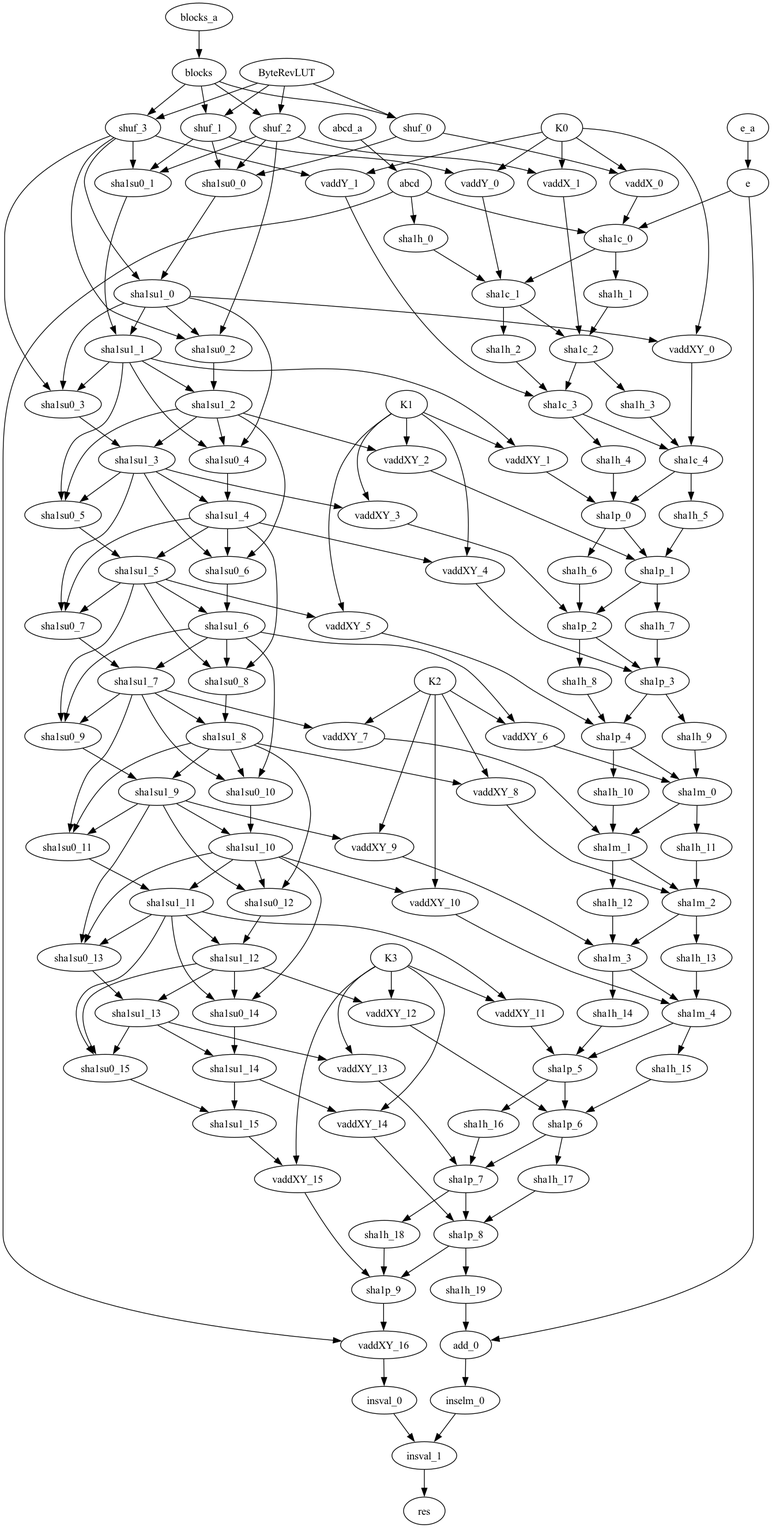
Earlier version of the Graphviz export sha1-compress-one-hand-dag.dot.png (jevinskie/AArch64-SHA-Crypto-Extensions). Its source is kept beside it as sha1-compress-one-hand-dag.dot.
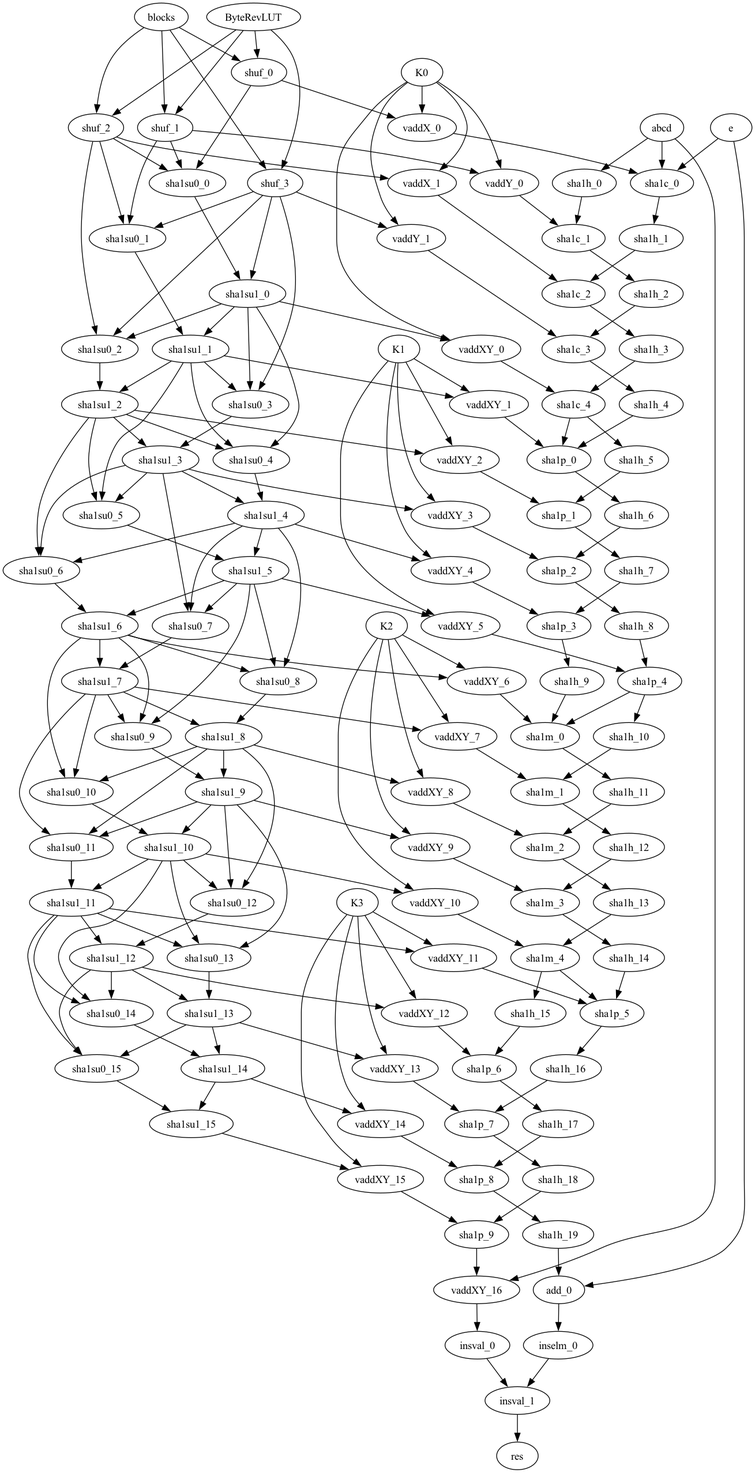
Above is the later version.

Change to the diagram source:
```diff
@@ -1,12 +1,10 @@
 strict digraph "" {
-	abcd_a -> abcd;
+	graph [outputorder=edgesfirst];
 	abcd -> sha1h_0;
 	abcd -> sha1c_0;
 	abcd -> vaddXY_16;
-	e_a -> e;
 	e -> sha1c_0;
 	e -> add_0;
-	blocks_a -> blocks;
 	blocks -> shuf_0;
 	blocks -> shuf_1;
 	blocks -> shuf_2;
@@ -30,20 +28,34 @@
 	shuf_3 -> sha1su0_2;
 	shuf_3 -> sha1su0_3;
 	vaddX_0 -> sha1c_0;
+	vaddX_0 -> vaddX_1	[opnum=-1,
+		style=invis];
 	K0 -> vaddX_0;
 	K0 -> vaddY_0;
 	K0 -> vaddX_1;
 	K0 -> vaddY_1;
 	K0 -> vaddXY_0;
 	vaddY_0 -> sha1c_1;
+	vaddY_0 -> vaddY_1	[opnum=-1,
+		style=invis];
+	sha1h_0 -> sha1h_1	[opnum=-1,
+		style=invis];
 	sha1h_0 -> sha1c_1;
 	sha1c_0 -> sha1h_1;
-	sha1c_0 -> sha1c_1;
+	sha1c_0 -> sha1c_1	[opnum=-1,
+		style=invis];
 	vaddX_1 -> sha1c_2;
 	sha1su0_0 -> sha1su1_0;
+	sha1su0_0 -> sha1su0_1	[opnum=-1,
+		style=invis];
+	sha1su0_0 -> sha1su1_1	[opnum=-1,
+		style=invis];
+	sha1h_1 -> sha1h_2	[opnum=-1,
+		style=invis];
 	sha1h_1 -> sha1c_2;
 	sha1c_1 -> sha1h_2;
-	sha1c_1 -> sha1c_2;
+	sha1c_1 -> sha1c_2	[opnum=-1,
+		style=invis];
 	vaddY_1 -> sha1c_3;
 	sha1su1_0 -> vaddXY_0;
 	sha1su1_0 -> sha1su1_1;
@@ -51,9 +63,18 @@
 	sha1su1_0 -> sha1su0_3;
 	sha1su1_0 -> sha1su0_4;
 	sha1su0_1 -> sha1su1_1;
+	sha1su0_1 -> sha1su0_2	[opnum=-1,
+		style=invis];
+	sha1su0_1 -> sha1su1_2	[opnum=-1,
+		style=invis];
+	sha1h_2 -> sha1h_3	[opnum=-1,
+		style=invis];
 	sha1h_2 -> sha1c_3;
 	sha1c_2 -> sha1h_3;
-	sha1c_2 -> sha1c_3;
+	sha1c_2 -> sha1c_3	[opnum=-1,
+		style=invis];
+	vaddXY_0 -> vaddXY_1	[opnum=-1,
+		style=invis];
 	vaddXY_0 -> sha1c_4;
 	sha1su1_1 -> vaddXY_1;
 	sha1su1_1 -> sha1su1_2;
@@ -61,9 +82,18 @@
 	sha1su1_1 -> sha1su0_4;
 	sha1su1_1 -> sha1su0_5;
 	sha1su0_2 -> sha1su1_2;
+	sha1su0_2 -> sha1su0_3	[opnum=-1,
+		style=invis];
+	sha1su0_2 -> sha1su1_3	[opnum=-1,
+		style=invis];
+	sha1h_3 -> sha1h_4	[opnum=-1,
+		style=invis];
 	sha1h_3 -> sha1c_4;
 	sha1c_3 -> sha1h_4;
-	sha1c_3 -> sha1c_4;
+	sha1c_3 -> sha1c_4	[opnum=-1,
+		style=invis];
+	vaddXY_1 -> vaddXY_2	[opnum=-1,
+		style=invis];
 	vaddXY_1 -> sha1p_0;
 	K1 -> vaddXY_1;
 	K1 -> vaddXY_2;
@@ -76,9 +106,17 @@
 	sha1su1_2 -> sha1su0_5;
 	sha1su1_2 -> sha1su0_6;
 	sha1su0_3 -> sha1su1_3;
+	sha1su0_3 -> sha1su0_4	[opnum=-1,
+		style=invis];
+	sha1su0_3 -> sha1su1_4	[opnum=-1,
+		style=invis];
+	sha1h_4 -> sha1h_5	[opnum=-1,
+		style=invis];
 	sha1h_4 -> sha1p_0;
 	sha1c_4 -> sha1h_5;
 	sha1c_4 -> sha1p_0;
+	vaddXY_2 -> vaddXY_3	[opnum=-1,
+		style=invis];
 	vaddXY_2 -> sha1p_1;
 	sha1su1_3 -> vaddXY_3;
 	sha1su1_3 -> sha1su1_4;
@@ -86,9 +124,18 @@
 	sha1su1_3 -> sha1su0_6;
 	sha1su1_3 -> sha1su0_7;
 	sha1su0_4 -> sha1su1_4;
+	sha1su0_4 -> sha1su0_5	[opnum=-1,
+		style=invis];
+	sha1su0_4 -> sha1su1_5	[opnum=-1,
+		style=invis];
+	sha1h_5 -> sha1h_6	[opnum=-1,
+		style=invis];
 	sha1h_5 -> sha1p_1;
 	sha1p_0 -> sha1h_6;
-	sha1p_0 -> sha1p_1;
+	sha1p_0 -> sha1p_1	[opnum=-1,
+		style=invis];
+	vaddXY_3 -> vaddXY_4	[opnum=-1,
+		style=invis];
 	vaddXY_3 -> sha1p_2;
 	sha1su1_4 -> vaddXY_4;
 	sha1su1_4 -> sha1su1_5;
@@ -96,9 +143,18 @@
 	sha1su1_4 -> sha1su0_7;
 	sha1su1_4 -> sha1su0_8;
 	sha1su0_5 -> sha1su1_5;
+	sha1su0_5 -> sha1su0_6	[opnum=-1,
+		style=invis];
+	sha1su0_5 -> sha1su1_6	[opnum=-1,
+		style=invis];
+	sha1h_6 -> sha1h_7	[opnum=-1,
+		style=invis];
 	sha1h_6 -> sha1p_2;
 	sha1p_1 -> sha1h_7;
-	sha1p_1 -> sha1p_2;
+	sha1p_1 -> sha1p_2	[opnum=-1,
+		style=invis];
+	vaddXY_4 -> vaddXY_5	[opnum=-1,
+		style=invis];
 	vaddXY_4 -> sha1p_3;
 	sha1su1_5 -> vaddXY_5;
 	sha1su1_5 -> sha1su1_6;
@@ -106,9 +162,18 @@
 	sha1su1_5 -> sha1su0_8;
 	sha1su1_5 -> sha1su0_9;
 	sha1su0_6 -> sha1su1_6;
+	sha1su0_6 -> sha1su0_7	[opnum=-1,
+		style=invis];
+	sha1su0_6 -> sha1su1_7	[opnum=-1,
+		style=invis];
+	sha1h_7 -> sha1h_8	[opnum=-1,
+		style=invis];
 	sha1h_7 -> sha1p_3;
 	sha1p_2 -> sha1h_8;
-	sha1p_2 -> sha1p_3;
+	sha1p_2 -> sha1p_3	[opnum=-1,
+		style=invis];
+	vaddXY_5 -> vaddXY_6	[opnum=-1,
+		style=invis];
 	vaddXY_5 -> sha1p_4;
 	sha1su1_6 -> vaddXY_6;
 	sha1su1_6 -> sha1su1_7;
@@ -116,9 +181,18 @@
 	sha1su1_6 -> sha1su0_9;
 	sha1su1_6 -> sha1su0_10;
 	sha1su0_7 -> sha1su1_7;
+	sha1su0_7 -> sha1su0_8	[opnum=-1,
+		style=invis];
+	sha1su0_7 -> sha1su1_8	[opnum=-1,
+		style=invis];
+	sha1h_8 -> sha1h_9	[opnum=-1,
+		style=invis];
 	sha1h_8 -> sha1p_4;
 	sha1p_3 -> sha1h_9;
-	sha1p_3 -> sha1p_4;
+	sha1p_3 -> sha1p_4	[opnum=-1,
+		style=invis];
+	vaddXY_6 -> vaddXY_7	[opnum=-1,
+		style=invis];
 	vaddXY_6 -> sha1m_0;
 	K2 -> vaddXY_6;
 	K2 -> vaddXY_7;
@@ -131,9 +205,19 @@
 	sha1su1_7 -> sha1su0_10;
 	sha1su1_7 -> sha1su0_11;
 	sha1su0_8 -> sha1su1_8;
+	sha1su0_8 -> sha1su0_9	[opnum=-1,
+		style=invis];
+	sha1su0_8 -> sha1su1_9	[opnum=-1,
+		style=invis];
+	sha1h_9 -> sha1h_10	[opnum=-1,
+		style=invis];
 	sha1h_9 -> sha1m_0;
 	sha1p_4 -> sha1h_10;
 	sha1p_4 -> sha1m_0;
+	sha1p_4 -> sha1p_5	[opnum=-1,
+		style=invis];
+	vaddXY_7 -> vaddXY_8	[opnum=-1,
+		style=invis];
 	vaddXY_7 -> sha1m_1;
 	sha1su1_8 -> vaddXY_8;
 	sha1su1_8 -> sha1su1_9;
@@ -141,9 +225,18 @@
 	sha1su1_8 -> sha1su0_11;
 	sha1su1_8 -> sha1su0_12;
 	sha1su0_9 -> sha1su1_9;
+	sha1su0_9 -> sha1su0_10	[opnum=-1,
+		style=invis];
+	sha1su0_9 -> sha1su1_10	[opnum=-1,
+		style=invis];
+	sha1h_10 -> sha1h_11	[opnum=-1,
+		style=invis];
 	sha1h_10 -> sha1m_1;
 	sha1m_0 -> sha1h_11;
-	sha1m_0 -> sha1m_1;
+	sha1m_0 -> sha1m_1	[opnum=-1,
+		style=invis];
+	vaddXY_8 -> vaddXY_9	[opnum=-1,
+		style=invis];
 	vaddXY_8 -> sha1m_2;
 	sha1su1_9 -> vaddXY_9;
 	sha1su1_9 -> sha1su1_10;
@@ -151,9 +244,18 @@
 	sha1su1_9 -> sha1su0_12;
 	sha1su1_9 -> sha1su0_13;
 	sha1su0_10 -> sha1su1_10;
+	sha1su0_10 -> sha1su0_11	[opnum=-1,
+		style=invis];
+	sha1su0_10 -> sha1su1_11	[opnum=-1,
+		style=invis];
+	sha1h_11 -> sha1h_12	[opnum=-1,
+		style=invis];
 	sha1h_11 -> sha1m_2;
 	sha1m_1 -> sha1h_12;
-	sha1m_1 -> sha1m_2;
+	sha1m_1 -> sha1m_2	[opnum=-1,
+		style=invis];
+	vaddXY_9 -> vaddXY_10	[opnum=-1,
+		style=invis];
 	vaddXY_9 -> sha1m_3;
 	sha1su1_10 -> vaddXY_10;
 	sha1su1_10 -> sha1su1_11;
@@ -161,9 +263,18 @@
 	sha1su1_10 -> sha1su0_13;
 	sha1su1_10 -> sha1su0_14;
 	sha1su0_11 -> sha1su1_11;
+	sha1su0_11 -> sha1su0_12	[opnum=-1,
+		style=invis];
+	sha1su0_11 -> sha1su1_12	[opnum=-1,
+		style=invis];
+	sha1h_12 -> sha1h_13	[opnum=-1,
+		style=invis];
 	sha1h_12 -> sha1m_3;
 	sha1m_2 -> sha1h_13;
-	sha1m_2 -> sha1m_3;
+	sha1m_2 -> sha1m_3	[opnum=-1,
+		style=invis];
+	vaddXY_10 -> vaddXY_11	[opnum=-1,
+		style=invis];
 	vaddXY_10 -> sha1m_4;
 	sha1su1_11 -> vaddXY_11;
 	sha1su1_11 -> sha1su1_12;
@@ -171,9 +282,18 @@
 	sha1su1_11 -> sha1su0_14;
 	sha1su1_11 -> sha1su0_15;
 	sha1su0_12 -> sha1su1_12;
+	sha1su0_12 -> sha1su0_13	[opnum=-1,
+		style=invis];
+	sha1su0_12 -> sha1su1_13	[opnum=-1,
+		style=invis];
+	sha1h_13 -> sha1h_14	[opnum=-1,
+		style=invis];
 	sha1h_13 -> sha1m_4;
 	sha1m_3 -> sha1h_14;
-	sha1m_3 -> sha1m_4;
+	sha1m_3 -> sha1m_4	[opnum=-1,
+		style=invis];
+	vaddXY_11 -> vaddXY_12	[opnum=-1,
+		style=invis];
 	vaddXY_11 -> sha1p_5;
 	K3 -> vaddXY_11;
 	K3 -> vaddXY_12;
@@ -185,33 +305,63 @@
 	sha1su1_12 -> sha1su0_14;
 	sha1su1_12 -> sha1su0_15;
 	sha1su0_13 -> sha1su1_13;
+	sha1su0_13 -> sha1su0_14	[opnum=-1,
+		style=invis];
+	sha1su0_13 -> sha1su1_14	[opnum=-1,
+		style=invis];
+	sha1h_14 -> sha1h_15	[opnum=-1,
+		style=invis];
 	sha1h_14 -> sha1p_5;
 	sha1m_4 -> sha1h_15;
 	sha1m_4 -> sha1p_5;
+	vaddXY_12 -> vaddXY_13	[opnum=-1,
+		style=invis];
 	vaddXY_12 -> sha1p_6;
 	sha1su1_13 -> vaddXY_13;
 	sha1su1_13 -> sha1su1_14;
 	sha1su1_13 -> sha1su0_15;
 	sha1su0_14 -> sha1su1_14;
+	sha1su0_14 -> sha1su0_15	[opnum=-1,
+		style=invis];
+	sha1su0_14 -> sha1su1_15	[opnum=-1,
+		style=invis];
+	sha1h_15 -> sha1h_16	[opnum=-1,
+		style=invis];
 	sha1h_15 -> sha1p_6;
 	sha1p_5 -> sha1h_16;
-	sha1p_5 -> sha1p_6;
+	sha1p_5 -> sha1p_6	[opnum=-1,
+		style=invis];
+	vaddXY_13 -> vaddXY_14	[opnum=-1,
+		style=invis];
 	vaddXY_13 -> sha1p_7;
 	sha1su1_14 -> vaddXY_14;
 	sha1su1_14 -> sha1su1_15;
 	sha1su0_15 -> sha1su1_15;
+	sha1h_16 -> sha1h_17	[opnum=-1,
+		style=invis];
 	sha1h_16 -> sha1p_7;
 	sha1p_6 -> sha1h_17;
-	sha1p_6 -> sha1p_7;
+	sha1p_6 -> sha1p_7	[opnum=-1,
+		style=invis];
+	vaddXY_14 -> vaddXY_15	[opnum=-1,
+		style=invis];
 	vaddXY_14 -> sha1p_8;
 	sha1su1_15 -> vaddXY_15;
+	sha1h_17 -> sha1h_18	[opnum=-1,
+		style=invis];
 	sha1h_17 -> sha1p_8;
 	sha1p_7 -> sha1h_18;
-	sha1p_7 -> sha1p_8;
+	sha1p_7 -> sha1p_8	[opnum=-1,
+		style=invis];
 	vaddXY_15 -> sha1p_9;
+	vaddXY_15 -> vaddXY_16	[opnum=-1,
+		style=invis];
+	sha1h_18 -> sha1h_19	[opnum=-1,
+		style=invis];
 	sha1h_18 -> sha1p_9;
 	sha1p_8 -> sha1h_19;
-	sha1p_8 -> sha1p_9;
+	sha1p_8 -> sha1p_9	[opnum=-1,
+		style=invis];
 	sha1h_19 -> add_0;
 	sha1p_9 -> vaddXY_16;
 	vaddXY_16 -> insval_0;
```
